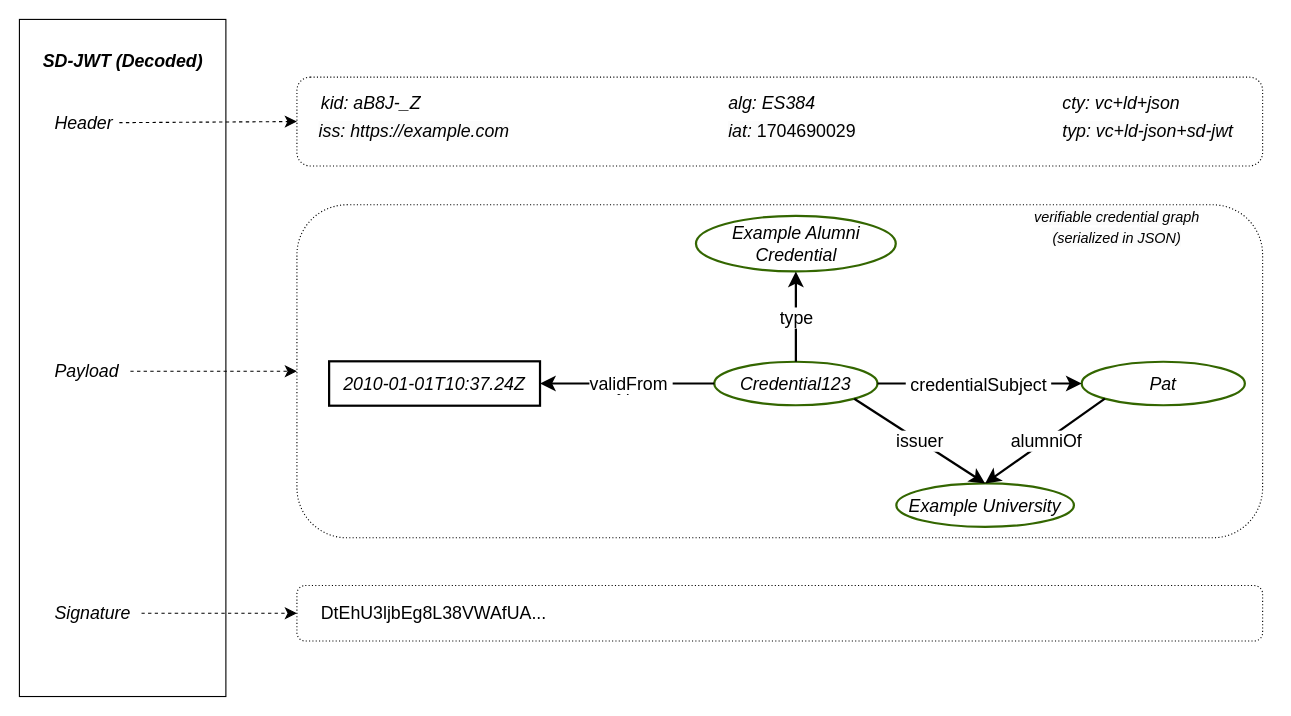
w3c/vc-data-model keeps this draw.io diagram as diagrams/vc-jwt.drawio. Above is the earlier version. Source tidied: cells renumbered, new cells numbered last; positions are measured from the earlier drawing's top-left corner, leaving out a move shared by most shapes. Both pictures are drawn from the tidied source at 111%, with x=0, y=0 at pixel (19, 19).
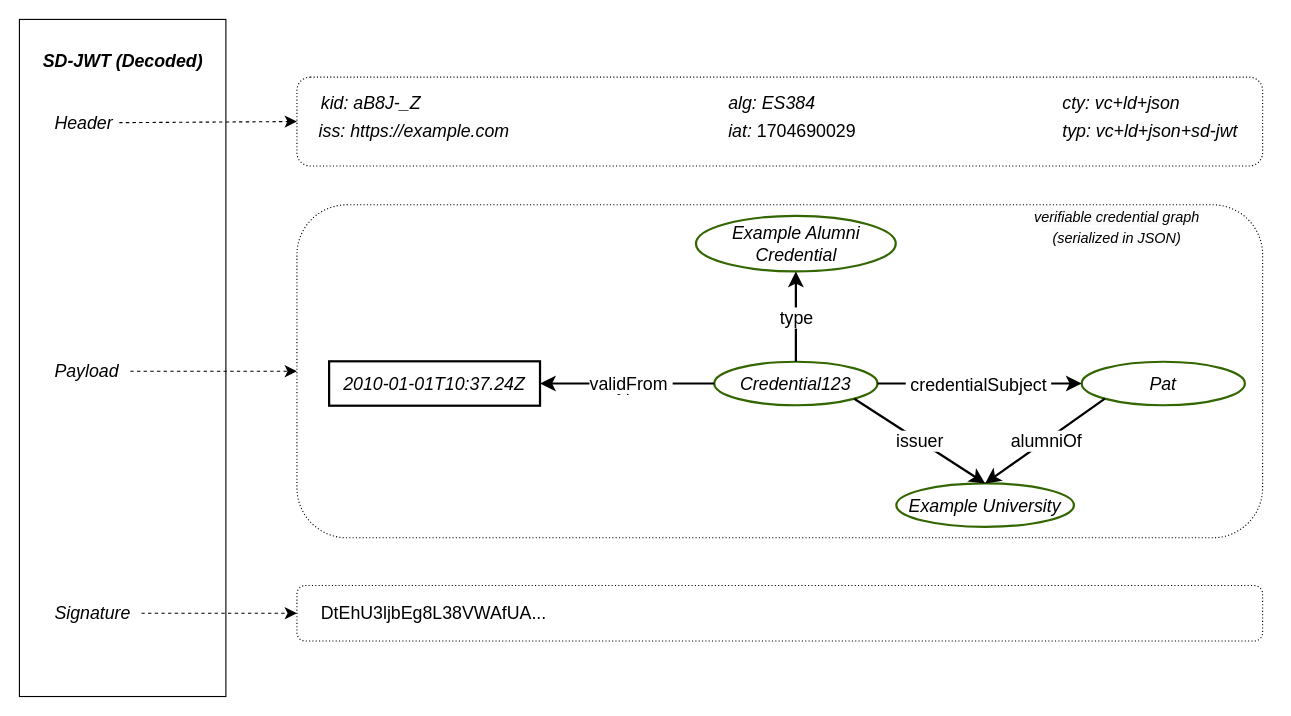
Above is the later version.

The change refers to these unchanged cells:
```xml
<mxCell id="42" style="group;" parent="34" vertex="1">
  <mxGeometry x="688" y="8" width="190" height="64" as="geometry" />
</mxCell>
```

Change to the diagram source:
```diff
@@
-    <mxCell id="44" value="&lt;i style=&quot;border-color: var(--border-color); color: rgb(0, 0, 0); font-family: Helvetica; font-size: 16px; font-variant-ligatures: normal; font-variant-caps: normal; font-weight: 400; letter-spacing: normal; orphans: 2; text-align: left; text-indent: 0px; text-transform: none; widows: 2; word-spacing: 0px; -webkit-text-stroke-width: 0px; background-color: rgb(251, 251, 251); text-decoration-thickness: initial; text-decoration-style: initial; text-decoration-color: initial;&quot;&gt;typ: vc+ld-json+sd-jwt&lt;/i&gt;" style="text;whiteSpace=wrap;html=1;fontSize=16;" parent="42" vertex="1">
+    <mxCell id="44" value="&lt;i style=&quot;border-color: var(--border-color); color: rgb(0, 0, 0); font-family: Helvetica; font-size: 16px; font-variant-ligatures: normal; font-variant-caps: normal; font-weight: 400; letter-spacing: normal; orphans: 2; text-align: left; text-indent: 0px; text-transform: none; widows: 2; word-spacing: 0px; -webkit-text-stroke-width: 0px; background-color: rgb(251, 251, 251); text-decoration-thickness: initial; text-decoration-style: initial; text-decoration-color: initial;&quot;&gt;typ: vc+ld+json+sd-jwt&lt;/i&gt;" style="text;whiteSpace=wrap;html=1;fontSize=16;" parent="42" vertex="1">
       <mxGeometry y="24" width="190" height="40" as="geometry" />
     </mxCell>
```
